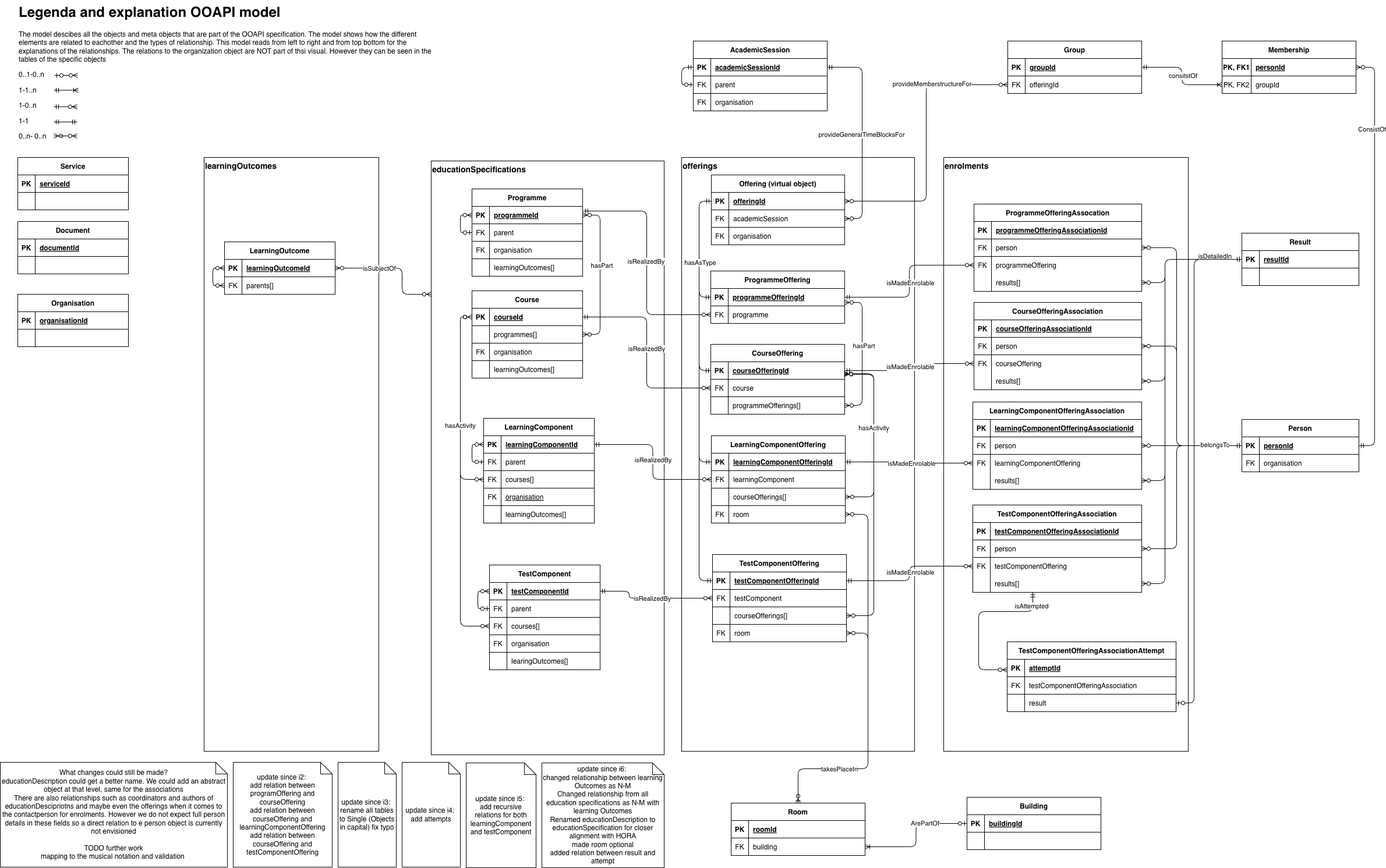
open-education-api/specification keeps this draw.io diagram as v6/ooapi_v6.png. Above is the earlier version. Source tidied: cells renumbered, new cells last; positions are measured from the earlier drawing's top-left corner, leaving out a move shared by most shapes.
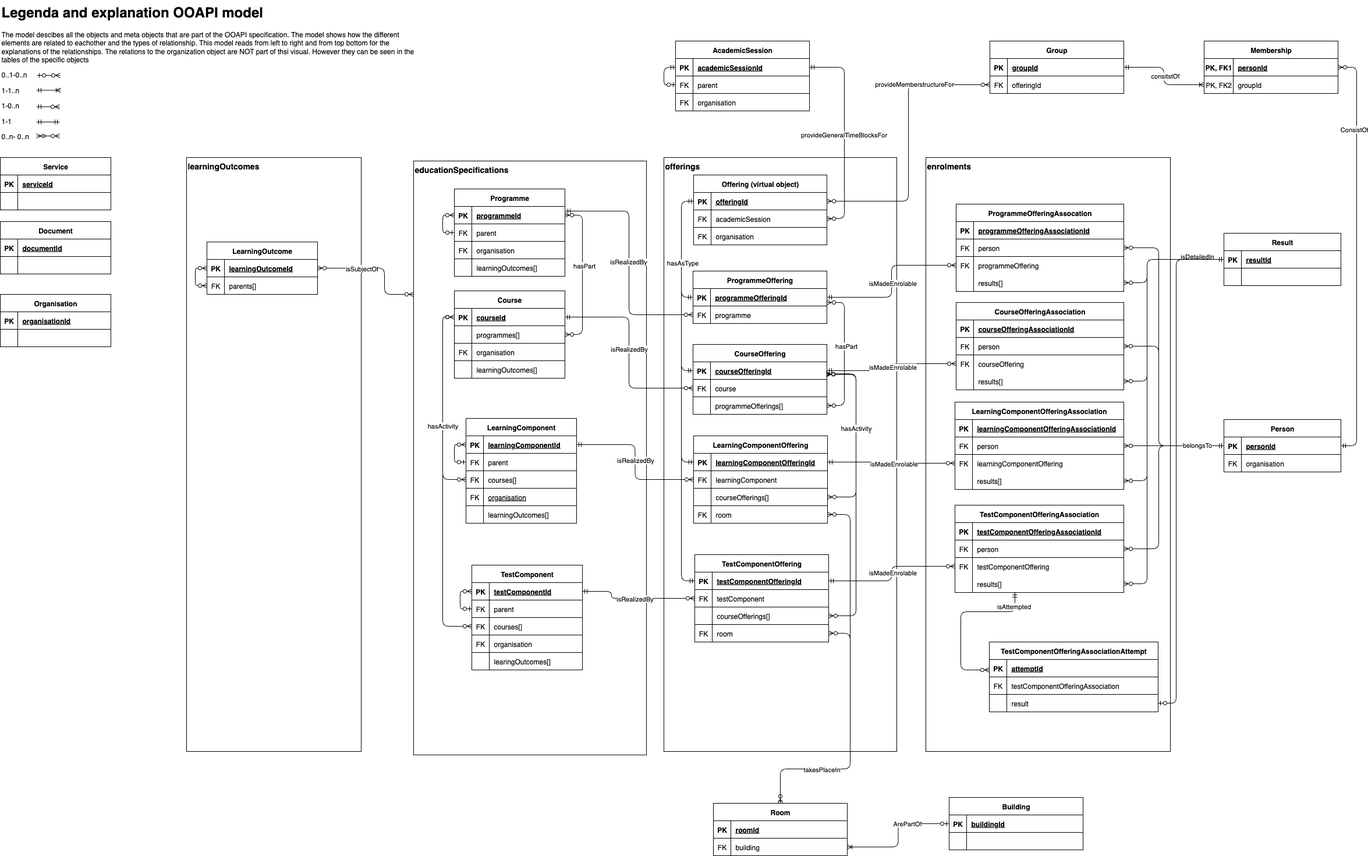
The same diagram one commit later.

The edit, as a diff of the source:
```diff
@@ -1030,9 +1030,6 @@
     <mxCell id="309" style="shape=partialRectangle;overflow=hidden;fillColor=none;top=0;left=0;bottom=0;right=0;align=left;spacingLeft=6;fontStyle=0;" parent="307" vertex="1">
       <mxGeometry x="30" width="160" height="30" as="geometry" />
     </mxCell>
-    <mxCell id="310" value="What changes could still be made?&lt;div&gt;educationDescription could get a better name. We could add an abstract object at that level, same for the associations&lt;/div&gt;&lt;div&gt;There are also relationships such as coordinators and authors of educationDescipriotns and maybe even the offerings when it comes to the contactperson for enrolments. However we do not expect full person details in these fields so a direct relation to e person object is currently not envisioned&lt;/div&gt;&lt;div&gt;&lt;br&gt;&lt;/div&gt;&lt;div&gt;TODO further work&lt;/div&gt;&lt;div&gt;mapping to the musical notation and validation&amp;nbsp;&lt;/div&gt;" style="shape=note;size=20;whiteSpace=wrap;html=1;" parent="1" vertex="1">
-      <mxGeometry y="1309" width="390" height="180" as="geometry" />
-    </mxCell>
     <mxCell id="311" style="edgeStyle=entityRelationEdgeStyle;fontSize=12;html=1;endArrow=ERzeroToMany;endFill=1;rounded=0;startArrow=ERzeroToMany;startFill=0;" parent="1" edge="1">
       <mxGeometry relative="1" as="geometry">
         <mxPoint x="92" y="233" as="sourcePoint" />
@@ -1073,15 +1070,6 @@
         <mxPoint y="-31" as="offset" />
       </mxGeometry>
     </mxCell>
-    <mxCell id="318" value="update since i2:&amp;nbsp;&lt;div&gt;add relation between programOffering and courseOffering&lt;/div&gt;&lt;div&gt;add relation between courseOffering and learningComponentOffering&lt;/div&gt;&lt;div&gt;add relation between courseOffering and testComponentOffering&lt;/div&gt;" style="shape=note;size=20;whiteSpace=wrap;html=1;" parent="1" vertex="1">
-      <mxGeometry x="400" y="1309" width="170" height="180" as="geometry" />
-    </mxCell>
-    <mxCell id="319" value="update since i3:&amp;nbsp;&lt;div&gt;rename all tables to Single (Objects in capital) fix typo&lt;/div&gt;" style="shape=note;size=20;whiteSpace=wrap;html=1;" parent="1" vertex="1">
-      <mxGeometry x="580" y="1309" width="100" height="180" as="geometry" />
-    </mxCell>
-    <mxCell id="320" value="update since i4:&amp;nbsp;&lt;div&gt;add attempts&lt;/div&gt;" style="shape=note;size=20;whiteSpace=wrap;html=1;" parent="1" vertex="1">
-      <mxGeometry x="690" y="1309" width="100" height="180" as="geometry" />
-    </mxCell>
     <mxCell id="321" value="TestComponentOfferingAssociationAttempt" style="shape=table;startSize=30;rowLines=0;fontStyle=1;align=center;" parent="1" vertex="1">
       <mxGeometry x="1729" y="1102" width="290" height="120" as="geometry" />
     </mxCell>
@@ -1124,9 +1112,6 @@
     <mxCell id="332" value="isAttempted" style="edgeLabel;html=1;align=center;verticalAlign=middle;" parent="331" vertex="1">
       <mxGeometry x="-0.83" y="-3" relative="1" as="geometry" />
     </mxCell>
-    <mxCell id="333" value="update since i5:&amp;nbsp;&lt;div&gt;add recursive relations for both learningComponent and testComponent&lt;/div&gt;" style="shape=note;size=20;whiteSpace=wrap;html=1;" parent="1" vertex="1">
-      <mxGeometry x="800" y="1310" width="120" height="180" as="geometry" />
-    </mxCell>
     <mxCell id="334" style="edgeStyle=orthogonalEdgeStyle;rounded=1;jettySize=auto;html=1;exitX=0;exitY=0.5;exitDx=0;exitDy=0;endArrow=ERzeroToOne;endFill=0;startArrow=ERmandOne;startFill=0;curved=0;entryX=1;entryY=0.5;entryDx=0;entryDy=0;" parent="1" edge="1" source="206" target="328">
       <mxGeometry relative="1" as="geometry">
         <Array as="points">
@@ -1145,8 +1130,5 @@
         </Array>
       </mxGeometry>
     </mxCell>
-    <mxCell id="336" value="&lt;span style=&quot;&quot;&gt;update since i6:&amp;nbsp;&lt;/span&gt;&lt;div style=&quot;&quot;&gt;changed relationship between learning Outcomes as N-M&lt;/div&gt;&lt;div style=&quot;&quot;&gt;Changed relationship from all education specifications as N-M with learning Outcomes&lt;/div&gt;&lt;div style=&quot;&quot;&gt;Renamed educationDescription to educationSpecification for closer alignment with HORA&lt;/div&gt;&lt;div style=&quot;&quot;&gt;made room optional&lt;/div&gt;&lt;div style=&quot;&quot;&gt;added relation between result and attempt&lt;/div&gt;" style="shape=note;size=20;whiteSpace=wrap;html=1;align=center;" parent="1" vertex="1">
-      <mxGeometry x="930" y="1310" width="210" height="180" as="geometry" />
-    </mxCell>
   </root>
 </mxGraphModel>
```
